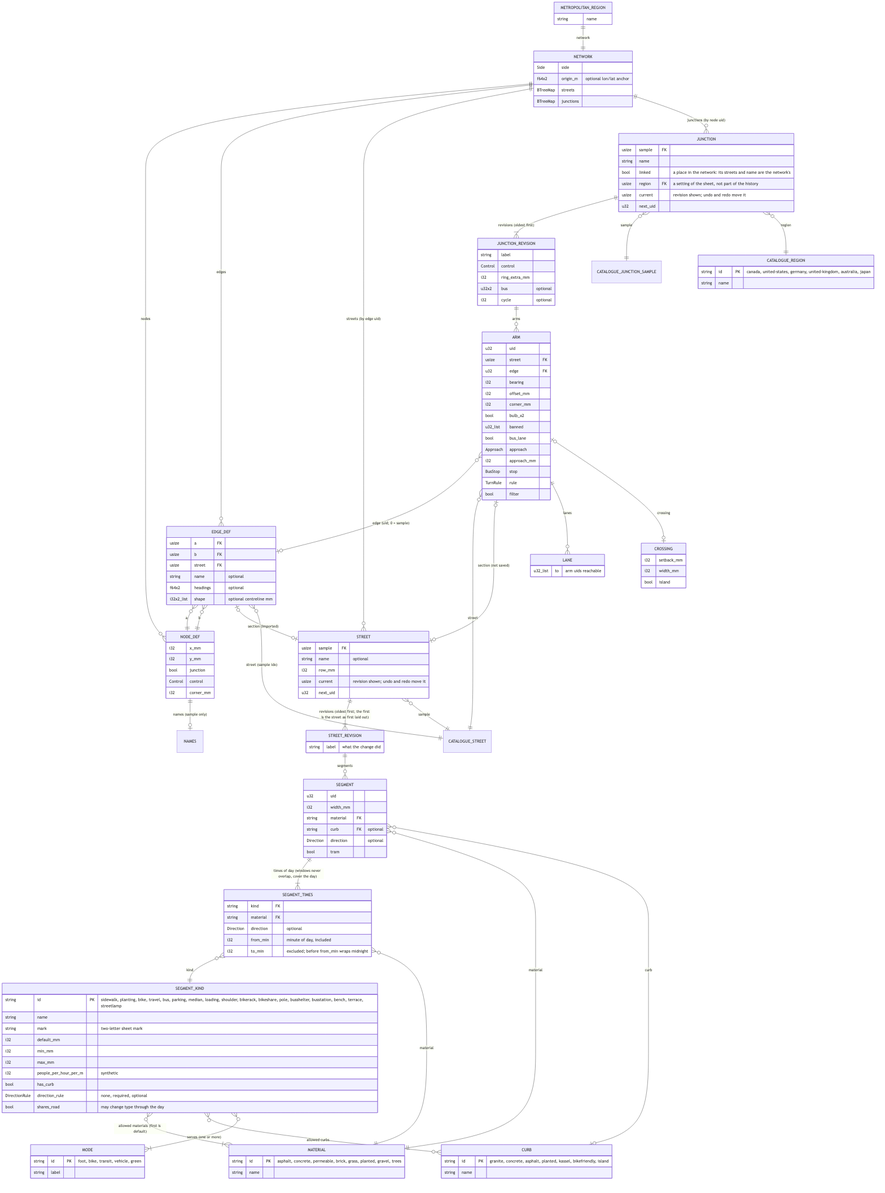
The Mermaid diagram docs/erd.png in alandovskis/cityloom, before a commit. Its source is kept beside it as docs/erd.mmd.
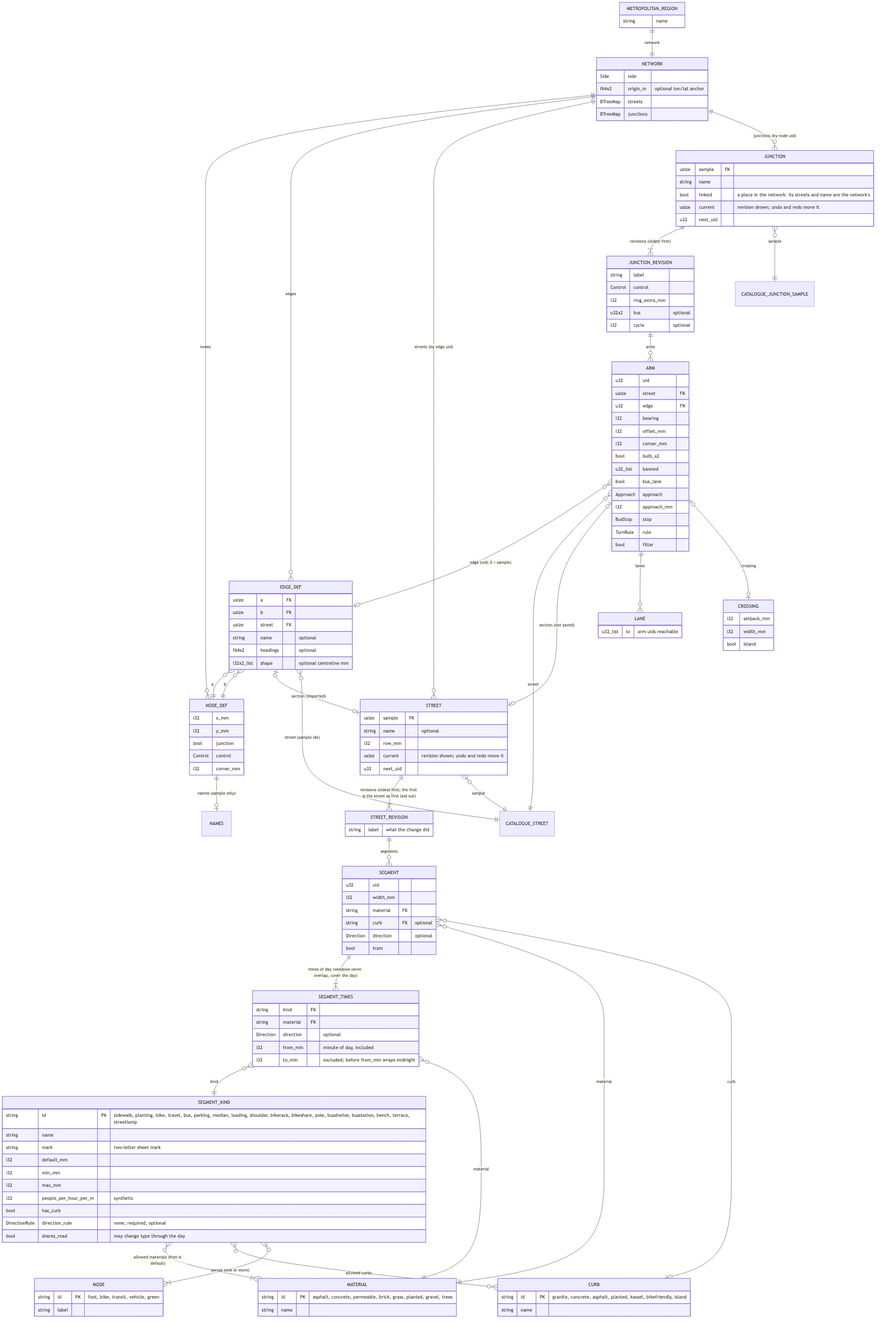
Above is the later version.

Commit message:
docs(erd): drop the catalogue region, the network's side decides

What changed in the source:
```diff
@@ -7,7 +7,6 @@
     NETWORK ||--o{ JUNCTION : "junctions (by node uid)"
     JUNCTION ||--|{ JUNCTION_REVISION : "revisions (oldest first)"
     JUNCTION }o--|| CATALOGUE_JUNCTION_SAMPLE : sample
-    JUNCTION }o--|| CATALOGUE_REGION : region
     NODE_DEF ||--o| NAMES : "names (sample only)"
     EDGE_DEF }o--|| NODE_DEF : "a"
     EDGE_DEF }o--|| NODE_DEF : "b"
@@ -106,15 +105,10 @@
         string id PK "granite, concrete, asphalt, planted, kassel, bikefriendly, island"
         string name
     }
-    CATALOGUE_REGION {
-        string id PK "canada, united-states, germany, united-kingdom, australia, japan"
-        string name
-    }
     JUNCTION {
         usize sample FK
         string name
         bool linked "a place in the network: its streets and name are the network's"
-        usize region FK "a setting of the sheet, not part of the history"
         usize current "revision shown; undo and redo move it"
         u32 next_uid
     }
```
